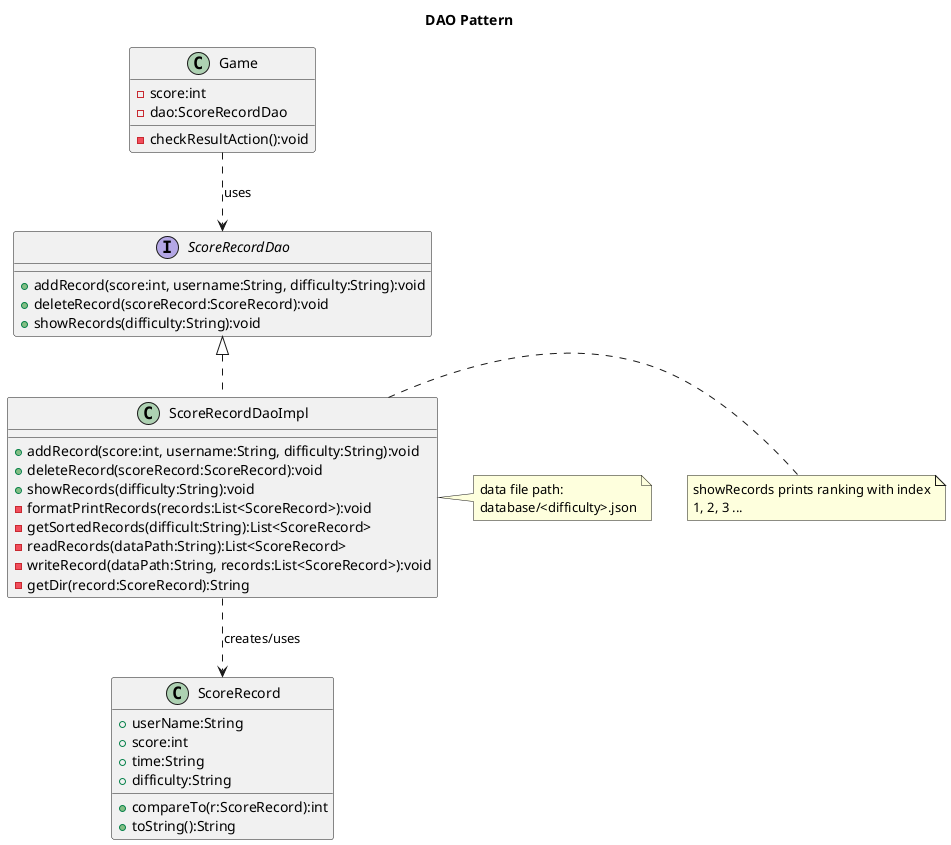
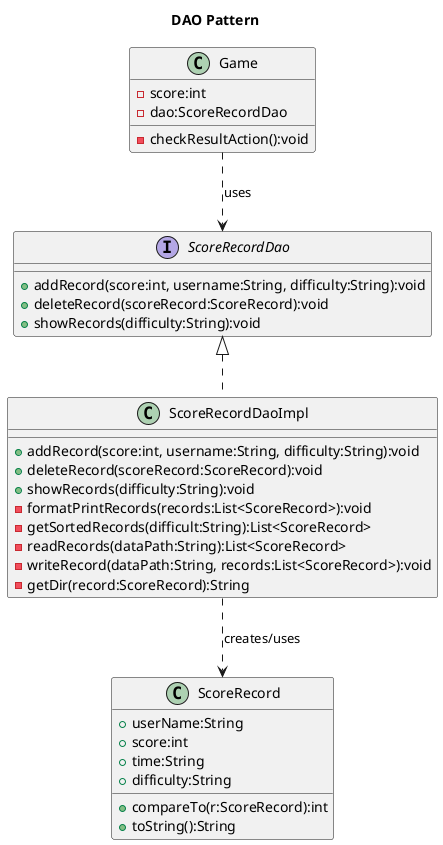
@startuml
title DAO Pattern

interface ScoreRecordDao {
  + addRecord(score:int, username:String, difficulty:String):void
  + deleteRecord(scoreRecord:ScoreRecord):void
  + showRecords(difficulty:String):void
}

class ScoreRecordDaoImpl {
  + addRecord(score:int, username:String, difficulty:String):void
  + deleteRecord(scoreRecord:ScoreRecord):void
  + showRecords(difficulty:String):void
  - formatPrintRecords(records:List<ScoreRecord>):void
  - getSortedRecords(difficult:String):List<ScoreRecord>
  - readRecords(dataPath:String):List<ScoreRecord>
  - writeRecord(dataPath:String, records:List<ScoreRecord>):void
  - getDir(record:ScoreRecord):String
}

class ScoreRecord {
  + userName:String
  + score:int
  + time:String
  + difficulty:String
  + compareTo(r:ScoreRecord):int
  + toString():String
}

class Game {
  - score:int
  - dao:ScoreRecordDao
  - checkResultAction():void
}

ScoreRecordDao <|.. ScoreRecordDaoImpl
ScoreRecordDaoImpl ..> ScoreRecord : creates/uses
Game ..> ScoreRecordDao : uses

- note right of ScoreRecordDaoImpl
- showRecords prints ranking with index
- 1, 2, 3 ...
- end note

- note right of ScoreRecordDaoImpl
- data file path:
- database/<difficulty>.json
- end note

@enduml
